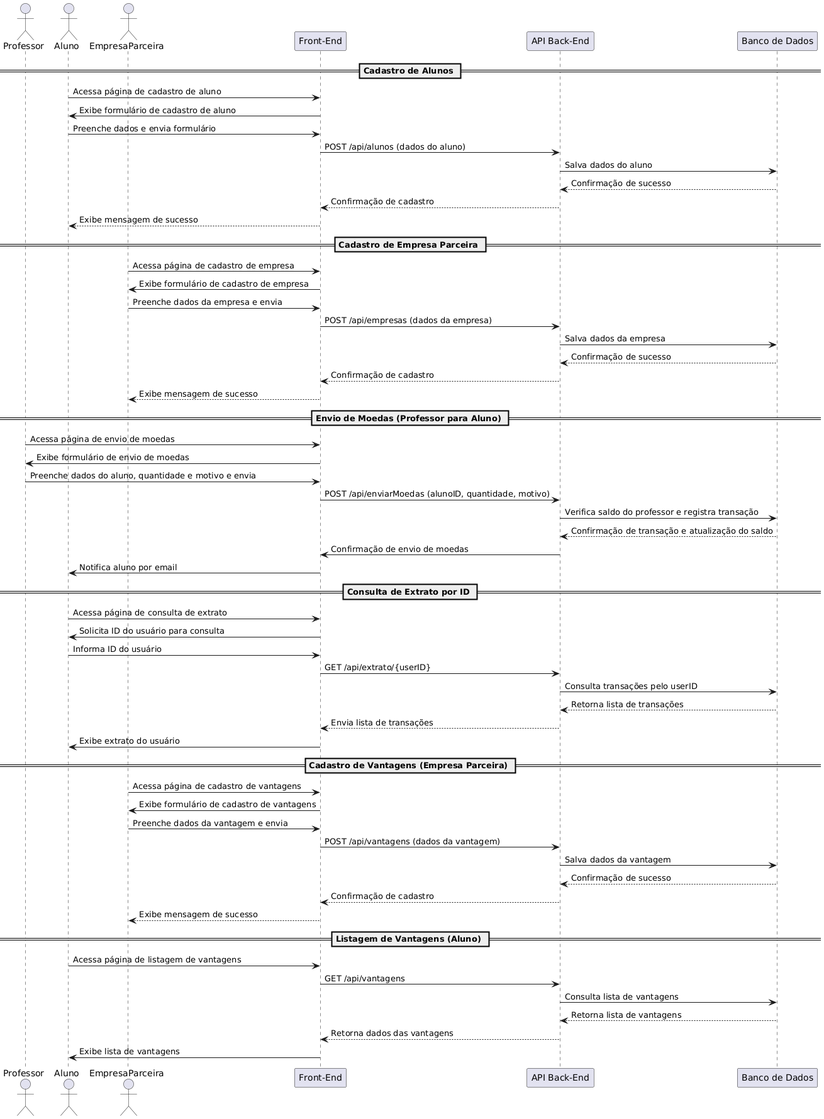
This is projects/diagramas/sequenceDiagram.png from oarthurfc/LDS-3, a PlantUML export, as it was before one commit. Its diagram source:
```plantuml
@startuml
actor Professor as P
actor Aluno as A
actor EmpresaParceira as EP
participant "Front-End" as FE
participant "API Back-End" as BE
participant "Banco de Dados" as DB

== Cadastro de Alunos ==
A -> FE: Acessa página de cadastro de aluno
FE -> A: Exibe formulário de cadastro de aluno
A -> FE: Preenche dados e envia formulário
FE -> BE: POST /api/alunos (dados do aluno)
BE -> DB: Salva dados do aluno
DB --> BE: Confirmação de sucesso
BE --> FE: Confirmação de cadastro
FE --> A: Exibe mensagem de sucesso

== Cadastro de Empresa Parceira ==
EP -> FE: Acessa página de cadastro de empresa
FE -> EP: Exibe formulário de cadastro de empresa
EP -> FE: Preenche dados da empresa e envia
FE -> BE: POST /api/empresas (dados da empresa)
BE -> DB: Salva dados da empresa
DB --> BE: Confirmação de sucesso
BE --> FE: Confirmação de cadastro
FE --> EP: Exibe mensagem de sucesso

== Envio de Moedas (Professor para Aluno) ==
P -> FE: Acessa página de envio de moedas
FE -> P: Exibe formulário de envio de moedas
P -> FE: Preenche dados do aluno, quantidade e motivo e envia
FE -> BE: POST /api/enviarMoedas (alunoID, quantidade, motivo)
BE -> DB: Verifica saldo do professor e registra transação
DB --> BE: Confirmação de transação e atualização do saldo
BE -> FE: Confirmação de envio de moedas
FE -> A: Notifica aluno por email

== Consulta de Extrato por ID ==
A -> FE: Acessa página de consulta de extrato
FE -> A: Solicita ID do usuário para consulta
A -> FE: Informa ID do usuário
FE -> BE: GET /api/extrato/{userID}
BE -> DB: Consulta transações pelo userID
DB --> BE: Retorna lista de transações
BE --> FE: Envia lista de transações
FE -> A: Exibe extrato do usuário

== Cadastro de Vantagens (Empresa Parceira) ==
EP -> FE: Acessa página de cadastro de vantagens
FE -> EP: Exibe formulário de cadastro de vantagens
EP -> FE: Preenche dados da vantagem e envia
FE -> BE: POST /api/vantagens (dados da vantagem)
BE -> DB: Salva dados da vantagem
DB --> BE: Confirmação de sucesso
BE --> FE: Confirmação de cadastro
FE --> EP: Exibe mensagem de sucesso

== Listagem de Vantagens (Aluno) ==
A -> FE: Acessa página de listagem de vantagens
FE -> BE: GET /api/vantagens
BE -> DB: Consulta lista de vantagens
DB --> BE: Retorna lista de vantagens
BE --> FE: Retorna dados das vantagens
FE -> A: Exibe lista de vantagens
@enduml
```
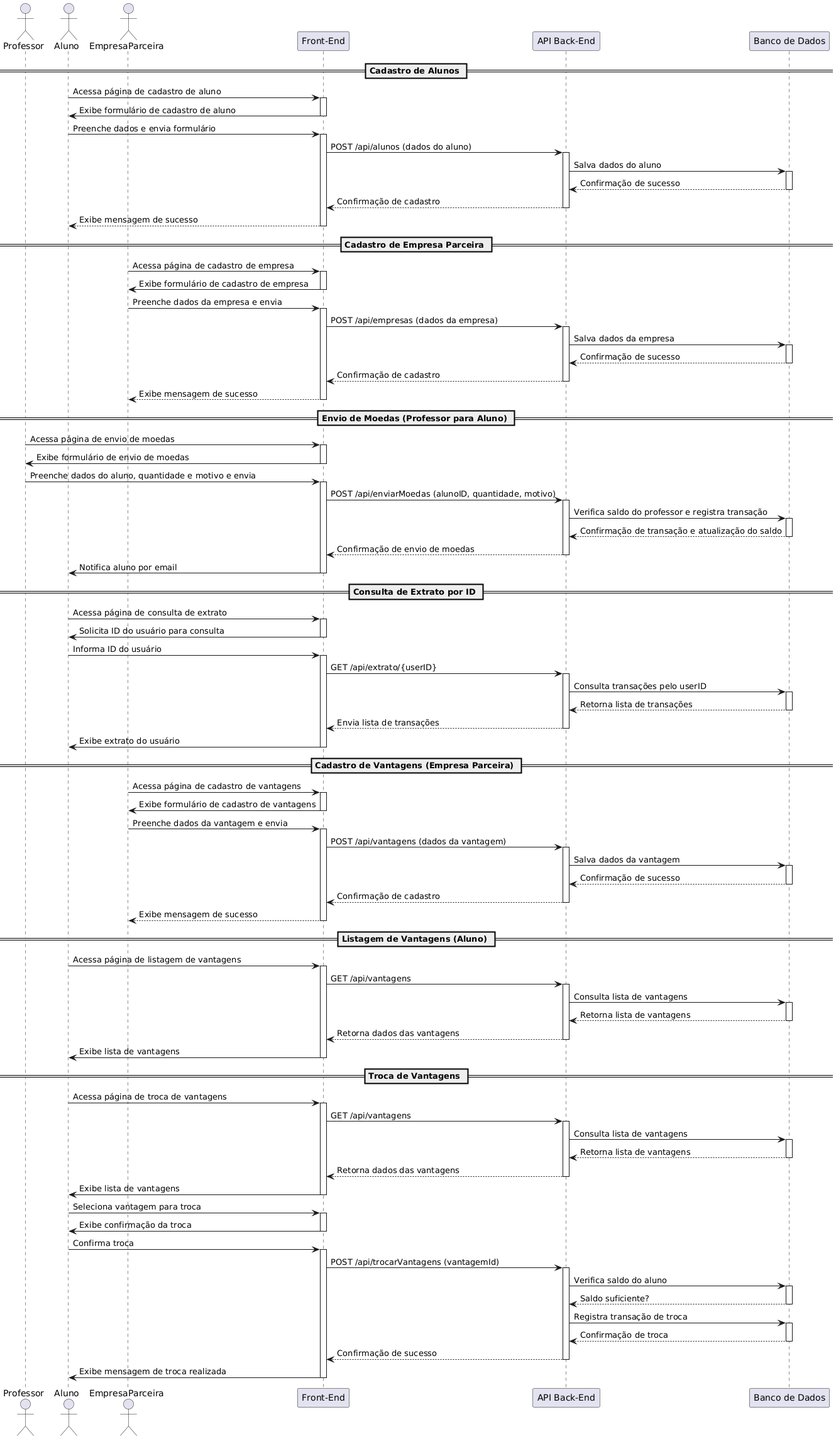
The same file after the commit.

Commit message:
diagramas de sequencias corridigidos e implementação do novo

Diff of the diagram source:
```diff
@@ -8,59 +8,140 @@
 
 == Cadastro de Alunos ==
 A -> FE: Acessa página de cadastro de aluno
+activate FE
 FE -> A: Exibe formulário de cadastro de aluno
+deactivate FE
 A -> FE: Preenche dados e envia formulário
+activate FE
 FE -> BE: POST /api/alunos (dados do aluno)
+activate BE
 BE -> DB: Salva dados do aluno
+activate DB
 DB --> BE: Confirmação de sucesso
+deactivate DB
 BE --> FE: Confirmação de cadastro
+deactivate BE
 FE --> A: Exibe mensagem de sucesso
+deactivate FE
 
 == Cadastro de Empresa Parceira ==
 EP -> FE: Acessa página de cadastro de empresa
+activate FE
 FE -> EP: Exibe formulário de cadastro de empresa
+deactivate FE
 EP -> FE: Preenche dados da empresa e envia
+activate FE
 FE -> BE: POST /api/empresas (dados da empresa)
+activate BE
 BE -> DB: Salva dados da empresa
+activate DB
 DB --> BE: Confirmação de sucesso
+deactivate DB
 BE --> FE: Confirmação de cadastro
+deactivate BE
 FE --> EP: Exibe mensagem de sucesso
+deactivate FE
 
 == Envio de Moedas (Professor para Aluno) ==
 P -> FE: Acessa página de envio de moedas
+activate FE
 FE -> P: Exibe formulário de envio de moedas
+deactivate FE
 P -> FE: Preenche dados do aluno, quantidade e motivo e envia
+activate FE
 FE -> BE: POST /api/enviarMoedas (alunoID, quantidade, motivo)
+activate BE
 BE -> DB: Verifica saldo do professor e registra transação
+activate DB
 DB --> BE: Confirmação de transação e atualização do saldo
-BE -> FE: Confirmação de envio de moedas
+deactivate DB
+BE --> FE: Confirmação de envio de moedas
+deactivate BE
 FE -> A: Notifica aluno por email
+deactivate FE
 
 == Consulta de Extrato por ID ==
 A -> FE: Acessa página de consulta de extrato
+activate FE
 FE -> A: Solicita ID do usuário para consulta
+deactivate FE
 A -> FE: Informa ID do usuário
+activate FE
 FE -> BE: GET /api/extrato/{userID}
+activate BE
 BE -> DB: Consulta transações pelo userID
+activate DB
 DB --> BE: Retorna lista de transações
+deactivate DB
 BE --> FE: Envia lista de transações
+deactivate BE
 FE -> A: Exibe extrato do usuário
+deactivate FE
 
 == Cadastro de Vantagens (Empresa Parceira) ==
 EP -> FE: Acessa página de cadastro de vantagens
+activate FE
 FE -> EP: Exibe formulário de cadastro de vantagens
+deactivate FE
 EP -> FE: Preenche dados da vantagem e envia
+activate FE
 FE -> BE: POST /api/vantagens (dados da vantagem)
+activate BE
 BE -> DB: Salva dados da vantagem
+activate DB
 DB --> BE: Confirmação de sucesso
+deactivate DB
 BE --> FE: Confirmação de cadastro
+deactivate BE
 FE --> EP: Exibe mensagem de sucesso
+deactivate FE
 
 == Listagem de Vantagens (Aluno) ==
 A -> FE: Acessa página de listagem de vantagens
+activate FE
 FE -> BE: GET /api/vantagens
+activate BE
 BE -> DB: Consulta lista de vantagens
+activate DB
 DB --> BE: Retorna lista de vantagens
+deactivate DB
 BE --> FE: Retorna dados das vantagens
+deactivate BE
 FE -> A: Exibe lista de vantagens
+deactivate FE
+
+== Troca de Vantagens ==
+A -> FE: Acessa página de troca de vantagens
+activate FE
+FE -> BE: GET /api/vantagens
+activate BE
+BE -> DB: Consulta lista de vantagens
+activate DB
+DB --> BE: Retorna lista de vantagens
+deactivate DB
+BE --> FE: Retorna dados das vantagens
+deactivate BE
+FE -> A: Exibe lista de vantagens
+deactivate FE
+
+A -> FE: Seleciona vantagem para troca
+activate FE
+FE -> A: Exibe confirmação da troca
+deactivate FE
+A -> FE: Confirma troca
+activate FE
+FE -> BE: POST /api/trocarVantagens (vantagemId)
+activate BE
+BE -> DB: Verifica saldo do aluno
+activate DB
+DB --> BE: Saldo suficiente?
+deactivate DB
+BE -> DB: Registra transação de troca
+activate DB
+DB --> BE: Confirmação de troca
+ deactivate DB
+ BE --> FE: Confirmação de sucesso
+ deactivate BE
+ FE -> A: Exibe mensagem de troca realizada
+ deactivate FE
 @enduml
```
